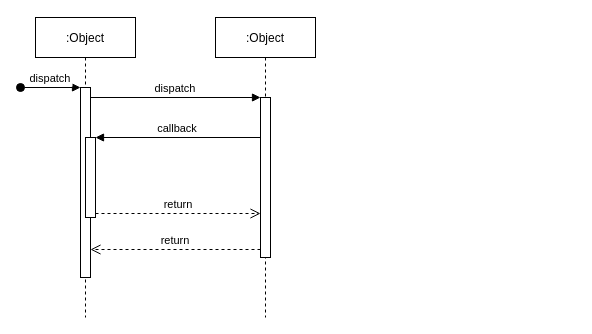
Above: demo/时序 Diagram.drawio in FloraBei/draw (draw.io), before the change. Source tidied: cells renumbered, new cells numbered last; positions are measured from the earlier drawing's top-left corner, leaving out a move shared by most shapes. Both pictures are drawn from the tidied source at 100%, with x=0, y=0 at pixel (20, 17).
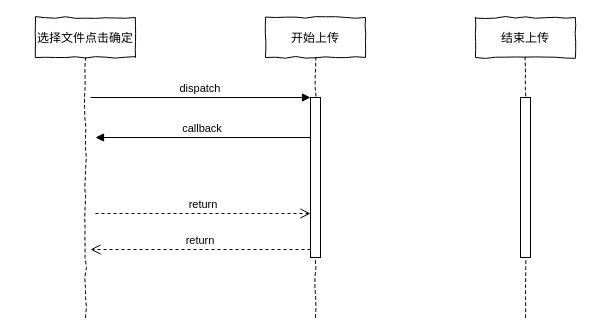
Above is the later version.

Change to the diagram source:
```diff
@@
 <mxGraphModel>
   <root>
     <mxCell id="0" />
     <mxCell id="1" parent="0" />
-    <mxCell id="2" value=":Object" style="shape=umlLifeline;perimeter=lifelinePerimeter;rounded=0;shadow=0;strokeWidth=1;" parent="1" vertex="1">
+    <mxCell id="2" value="选择文件点击确定" style="shape=umlLifeline;perimeter=lifelinePerimeter;rounded=0;shadow=0;strokeWidth=1;comic=1;" parent="1" vertex="1">
       <mxGeometry x="15" width="100" height="300" as="geometry" />
     </mxCell>
-    <mxCell id="3" style="points=[];perimeter=orthogonalPerimeter;rounded=0;shadow=0;strokeWidth=1;" parent="2" vertex="1">
-      <mxGeometry x="45" y="70" width="10" height="190" as="geometry" />
-    </mxCell>
-    <mxCell id="4" value="dispatch" style="verticalAlign=bottom;startArrow=oval;endArrow=block;startSize=8;shadow=0;strokeWidth=1;" parent="2" edge="1" target="3">
-      <mxGeometry relative="1" as="geometry">
-        <mxPoint x="-15" y="70" as="sourcePoint" />
-      </mxGeometry>
-    </mxCell>
-    <mxCell id="5" style="points=[];perimeter=orthogonalPerimeter;rounded=0;shadow=0;strokeWidth=1;" parent="2" vertex="1">
-      <mxGeometry x="50" y="120" width="10" height="80" as="geometry" />
-    </mxCell>
-    <mxCell id="6" value=":Object" style="shape=umlLifeline;perimeter=lifelinePerimeter;rounded=0;shadow=0;strokeWidth=1;" parent="1" vertex="1">
-      <mxGeometry x="195" width="100" height="300" as="geometry" />
+    <mxCell id="6" value="开始上传" style="shape=umlLifeline;perimeter=lifelinePerimeter;rounded=0;shadow=0;strokeWidth=1;comic=1;" parent="1" vertex="1">
+      <mxGeometry x="245" width="100" height="300" as="geometry" />
     </mxCell>
     <mxCell id="7" style="points=[];perimeter=orthogonalPerimeter;rounded=0;shadow=0;strokeWidth=1;" parent="6" vertex="1">
       <mxGeometry x="45" y="80" width="10" height="160" as="geometry" />
     </mxCell>
-    <mxCell id="8" value="return" style="verticalAlign=bottom;endArrow=open;dashed=1;endSize=8;exitX=0;exitY=0.95;shadow=0;strokeWidth=1;" parent="1" edge="1" source="7" target="3">
-      <mxGeometry relative="1" as="geometry" />
+    <mxCell id="8" value="return" style="verticalAlign=bottom;endArrow=open;dashed=1;endSize=8;exitX=0;exitY=0.95;shadow=0;strokeWidth=1;" parent="1" edge="1" source="7">
+      <mxGeometry relative="1" as="geometry">
+        <mxPoint x="70" y="232" as="targetPoint" />
+      </mxGeometry>
     </mxCell>
-    <mxCell id="9" value="dispatch" style="verticalAlign=bottom;endArrow=block;entryX=0;entryY=0;shadow=0;strokeWidth=1;" parent="1" edge="1" source="3" target="7">
-      <mxGeometry relative="1" as="geometry" />
+    <mxCell id="9" value="dispatch" style="verticalAlign=bottom;endArrow=block;entryX=0;entryY=0;shadow=0;strokeWidth=1;" parent="1" edge="1" target="7">
+      <mxGeometry relative="1" as="geometry">
+        <mxPoint x="70" y="80" as="sourcePoint" />
+      </mxGeometry>
     </mxCell>
-    <mxCell id="10" value="callback" style="verticalAlign=bottom;endArrow=block;entryX=1;entryY=0;shadow=0;strokeWidth=1;" parent="1" edge="1" source="7" target="5">
-      <mxGeometry relative="1" as="geometry" />
+    <mxCell id="10" value="callback" style="verticalAlign=bottom;endArrow=block;entryX=1;entryY=0;shadow=0;strokeWidth=1;" parent="1" edge="1" source="7">
+      <mxGeometry relative="1" as="geometry">
+        <mxPoint x="75" y="120" as="targetPoint" />
+      </mxGeometry>
     </mxCell>
-    <mxCell id="11" value="return" style="verticalAlign=bottom;endArrow=open;dashed=1;endSize=8;exitX=1;exitY=0.95;shadow=0;strokeWidth=1;" parent="1" edge="1" source="5" target="7">
-      <mxGeometry relative="1" as="geometry" />
+    <mxCell id="11" value="return" style="verticalAlign=bottom;endArrow=open;dashed=1;endSize=8;exitX=1;exitY=0.95;shadow=0;strokeWidth=1;" parent="1" edge="1" target="7">
+      <mxGeometry relative="1" as="geometry">
+        <mxPoint x="75" y="196" as="sourcePoint" />
+      </mxGeometry>
     </mxCell>
+    <mxCell id="12" value="结束上传" style="shape=umlLifeline;perimeter=lifelinePerimeter;rounded=0;shadow=0;strokeWidth=1;comic=1;" parent="1" vertex="1">
+      <mxGeometry x="455" width="100" height="300" as="geometry" />
+    </mxCell>
+    <mxCell id="13" style="perimeter=orthogonalPerimeter;rounded=0;shadow=0;strokeWidth=1;" parent="12" vertex="1">
+      <mxGeometry x="45" y="80" width="10" height="160" as="geometry" />
+    </mxCell>
   </root>
 </mxGraphModel>
```
